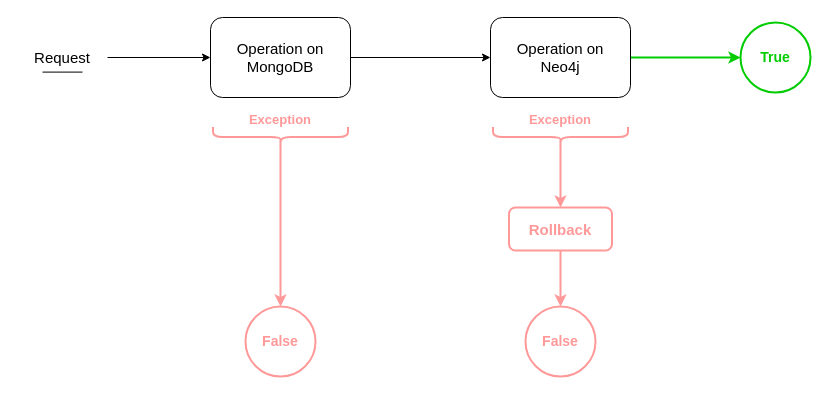
The draw.io diagram page "Pagina-1" (1 of 2) of Documentation/Resources/consistency.drawio in GiuseppeSoriano/WeFood, before the edit. Source tidied: cells renumbered, new cells numbered last; positions are measured from the earlier drawing's top-left corner, leaving out a move shared by most shapes. Both pictures are drawn from the tidied source at 100%, with x=0, y=0 at pixel (17, 17).
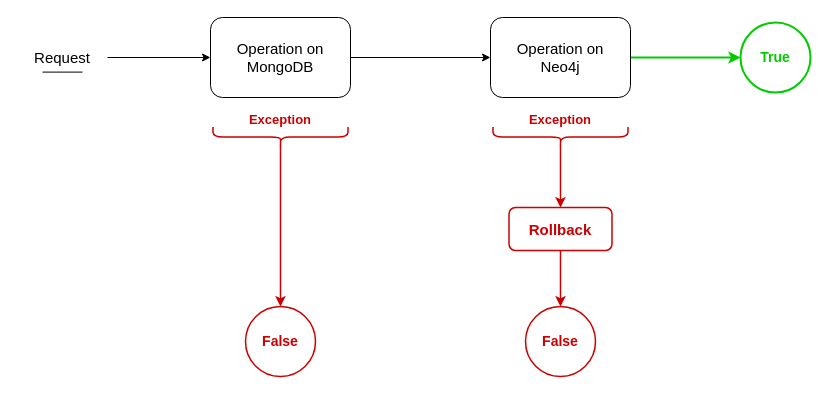
Above is the later version.

Diff of the diagram source:
```diff
@@
-    <mxCell id="8" style="edgeStyle=orthogonalEdgeStyle;rounded=0;jettySize=auto;html=1;exitX=0.1;exitY=0.5;exitDx=0;exitDy=0;exitPerimeter=0;entryX=0.5;entryY=0;entryDx=0;entryDy=0;strokeColor=#FF9999;strokeWidth=2;" parent="1" edge="1" source="9" target="10">
+    <mxCell id="8" style="edgeStyle=orthogonalEdgeStyle;rounded=0;jettySize=auto;html=1;exitX=0.1;exitY=0.5;exitDx=0;exitDy=0;exitPerimeter=0;entryX=0.5;entryY=0;entryDx=0;entryDy=0;strokeColor=#CC0000;strokeWidth=1.5;" parent="1" edge="1" source="9" target="10">
       <mxGeometry relative="1" as="geometry" />
     </mxCell>
-    <mxCell id="9" style="shape=curlyBracket;whiteSpace=wrap;html=1;rounded=1;flipH=1;labelPosition=right;verticalLabelPosition=middle;align=left;verticalAlign=middle;rotation=90;fontColor=#FF9999;strokeColor=#FF9999;strokeWidth=2;" parent="1" vertex="1">
+    <mxCell id="9" style="shape=curlyBracket;whiteSpace=wrap;html=1;rounded=1;flipH=1;labelPosition=right;verticalLabelPosition=middle;align=left;verticalAlign=middle;rotation=90;fontColor=#FF9999;strokeColor=#CC0000;strokeWidth=1.5;" parent="1" vertex="1">
       <mxGeometry x="253" y="52" width="20" height="135" as="geometry" />
     </mxCell>
-    <mxCell id="10" style="ellipse;whiteSpace=wrap;html=1;strokeColor=#FF9999;strokeWidth=2;" parent="1" vertex="1">
+    <mxCell id="10" style="ellipse;whiteSpace=wrap;html=1;strokeColor=#CC0000;strokeWidth=1.5;" parent="1" vertex="1">
       <mxGeometry x="228" y="289" width="70" height="70" as="geometry" />
     </mxCell>
-    <mxCell id="11" value="&lt;span style=&quot;font-size: 14px;&quot;&gt;False&lt;/span&gt;" style="text;html=1;strokeColor=none;fillColor=none;align=center;verticalAlign=middle;whiteSpace=wrap;rounded=0;fontStyle=1;fontColor=#FF9999;" parent="1" vertex="1">
+    <mxCell id="11" value="&lt;span style=&quot;font-size: 14px;&quot;&gt;False&lt;/span&gt;" style="text;html=1;strokeColor=none;fillColor=none;align=center;verticalAlign=middle;whiteSpace=wrap;rounded=0;fontStyle=1;fontColor=#CC0000;strokeWidth=1.5;" parent="1" vertex="1">
       <mxGeometry x="218" y="309" width="90" height="30" as="geometry" />
     </mxCell>
-    <mxCell id="12" value="&lt;font style=&quot;font-size: 13px;&quot;&gt;Exception&lt;/font&gt;" style="text;html=1;strokeColor=none;fillColor=none;align=center;verticalAlign=middle;whiteSpace=wrap;rounded=0;fontColor=#FF9999;fontStyle=1;" parent="1" vertex="1">
+    <mxCell id="12" value="&lt;font style=&quot;font-size: 13px;&quot;&gt;Exception&lt;/font&gt;" style="text;html=1;strokeColor=none;fillColor=none;align=center;verticalAlign=middle;whiteSpace=wrap;rounded=0;fontColor=#CC0000;fontStyle=1;strokeWidth=1.5;" parent="1" vertex="1">
       <mxGeometry x="218" y="87" width="90" height="30" as="geometry" />
     </mxCell>
@@
-    <mxCell id="16" style="edgeStyle=orthogonalEdgeStyle;rounded=0;jettySize=auto;html=1;exitX=0.1;exitY=0.5;exitDx=0;exitDy=0;exitPerimeter=0;entryX=0.5;entryY=0;entryDx=0;entryDy=0;strokeWidth=2;strokeColor=#FF9999;" parent="1" edge="1" source="17" target="20">
+    <mxCell id="16" style="edgeStyle=orthogonalEdgeStyle;rounded=0;jettySize=auto;html=1;exitX=0.1;exitY=0.5;exitDx=0;exitDy=0;exitPerimeter=0;entryX=0.5;entryY=0;entryDx=0;entryDy=0;strokeWidth=1.5;strokeColor=#CC0000;" parent="1" edge="1" source="17" target="20">
       <mxGeometry relative="1" as="geometry" />
     </mxCell>
-    <mxCell id="17" style="shape=curlyBracket;whiteSpace=wrap;html=1;rounded=1;flipH=1;labelPosition=right;verticalLabelPosition=middle;align=left;verticalAlign=middle;rotation=90;fontColor=#FF9999;strokeColor=#FF9999;strokeWidth=2;" parent="1" vertex="1">
+    <mxCell id="17" style="shape=curlyBracket;whiteSpace=wrap;html=1;rounded=1;flipH=1;labelPosition=right;verticalLabelPosition=middle;align=left;verticalAlign=middle;rotation=90;fontColor=#FF9999;strokeColor=#CC0000;strokeWidth=1.5;" parent="1" vertex="1">
       <mxGeometry x="533" y="52" width="20" height="135" as="geometry" />
     </mxCell>
-    <mxCell id="18" value="&lt;font style=&quot;font-size: 13px;&quot;&gt;Exception&lt;/font&gt;" style="text;html=1;strokeColor=none;fillColor=none;align=center;verticalAlign=middle;whiteSpace=wrap;rounded=0;fontColor=#FF9999;fontStyle=1;" parent="1" vertex="1">
+    <mxCell id="18" value="&lt;font style=&quot;font-size: 13px;&quot;&gt;Exception&lt;/font&gt;" style="text;html=1;strokeColor=none;fillColor=none;align=center;verticalAlign=middle;whiteSpace=wrap;rounded=0;fontColor=#CC0000;fontStyle=1;strokeWidth=1.5;" parent="1" vertex="1">
       <mxGeometry x="498" y="87" width="90" height="30" as="geometry" />
     </mxCell>
-    <mxCell id="19" style="edgeStyle=orthogonalEdgeStyle;rounded=0;jettySize=auto;html=1;exitX=0.5;exitY=1;exitDx=0;exitDy=0;strokeWidth=2;strokeColor=#FF9999;" parent="1" edge="1" source="20" target="22">
+    <mxCell id="19" style="edgeStyle=orthogonalEdgeStyle;rounded=0;jettySize=auto;html=1;exitX=0.5;exitY=1;exitDx=0;exitDy=0;strokeWidth=1.5;strokeColor=#CC0000;" parent="1" edge="1" source="20" target="22">
       <mxGeometry relative="1" as="geometry" />
     </mxCell>
-    <mxCell id="20" style="rounded=1;whiteSpace=wrap;html=1;fontColor=#FF9999;strokeColor=#FF9999;strokeWidth=2;" parent="1" vertex="1">
+    <mxCell id="20" style="rounded=1;whiteSpace=wrap;html=1;fontColor=#FF9999;strokeColor=#CC0000;strokeWidth=1.5;" parent="1" vertex="1">
       <mxGeometry x="491.5" y="190" width="103" height="43" as="geometry" />
     </mxCell>
-    <mxCell id="21" value="&lt;font style=&quot;font-size: 15px;&quot;&gt;Rollback&lt;/font&gt;" style="text;html=1;strokeColor=none;fillColor=none;align=center;verticalAlign=middle;whiteSpace=wrap;rounded=0;fontColor=#FF9999;fontStyle=1;" parent="1" vertex="1">
+    <mxCell id="21" value="&lt;font style=&quot;font-size: 15px;&quot;&gt;Rollback&lt;/font&gt;" style="text;html=1;strokeColor=none;fillColor=none;align=center;verticalAlign=middle;whiteSpace=wrap;rounded=0;fontColor=#CC0000;fontStyle=1;strokeWidth=1.5;" parent="1" vertex="1">
       <mxGeometry x="498" y="196.5" width="90" height="30" as="geometry" />
     </mxCell>
-    <mxCell id="22" style="ellipse;whiteSpace=wrap;html=1;strokeColor=#FF9999;strokeWidth=2;" parent="1" vertex="1">
+    <mxCell id="22" style="ellipse;whiteSpace=wrap;html=1;strokeColor=#CC0000;strokeWidth=1.5;" parent="1" vertex="1">
       <mxGeometry x="508" y="289" width="70" height="70" as="geometry" />
     </mxCell>
-    <mxCell id="23" value="&lt;span style=&quot;font-size: 14px;&quot;&gt;False&lt;/span&gt;" style="text;html=1;strokeColor=none;fillColor=none;align=center;verticalAlign=middle;whiteSpace=wrap;rounded=0;fontStyle=1;fontColor=#FF9999;" parent="1" vertex="1">
+    <mxCell id="23" value="&lt;span style=&quot;font-size: 14px;&quot;&gt;False&lt;/span&gt;" style="text;html=1;strokeColor=none;fillColor=none;align=center;verticalAlign=middle;whiteSpace=wrap;rounded=0;fontStyle=1;fontColor=#CC0000;strokeWidth=1.5;" parent="1" vertex="1">
       <mxGeometry x="498" y="309" width="90" height="30" as="geometry" />
     </mxCell>
```
